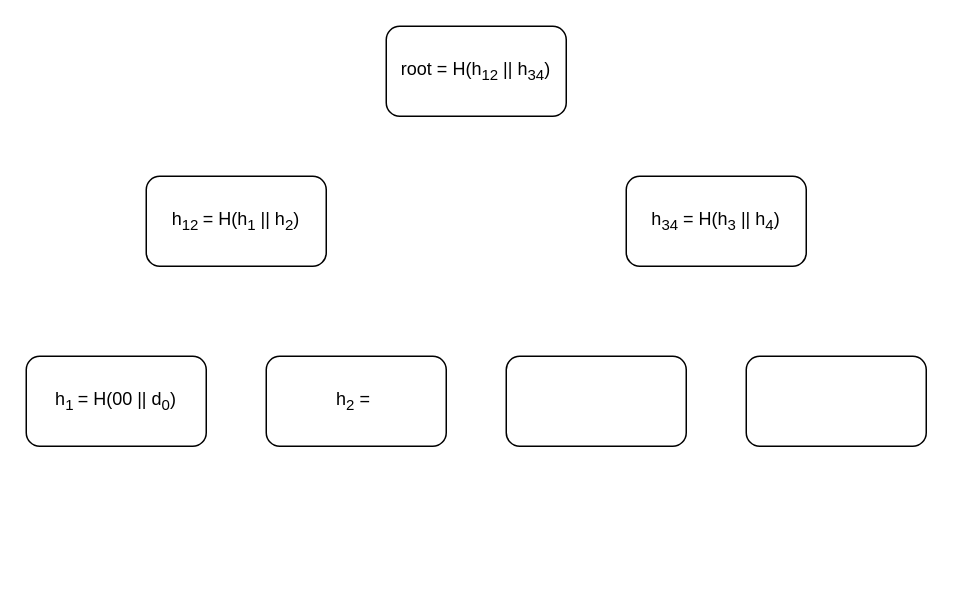
The draw.io diagram AMT.drawio in pietro-celati/Jellyfish-Merkle-Tree, before the edit. Source tidied: cells renumbered, new cells numbered last; positions are measured from the earlier drawing's top-left corner, leaving out a move shared by most shapes. Both pictures are drawn from the tidied source at 150%, with x=0, y=0 at pixel (26, 26).
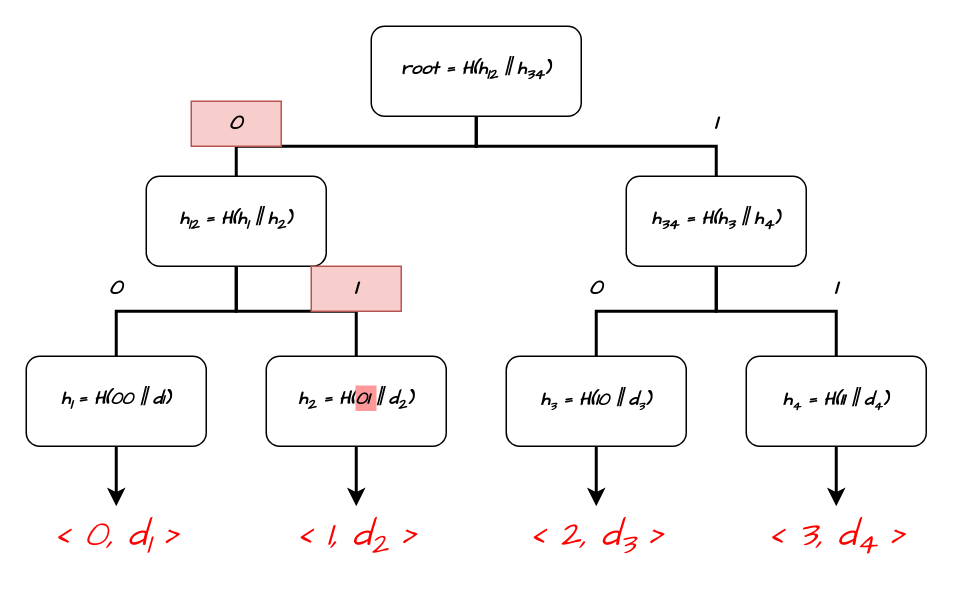
The same diagram, later.

What changed in the source:
```diff
@@
-    <mxCell id="2" value="root = H(h&lt;sub&gt;12&lt;/sub&gt;&amp;nbsp;|| h&lt;sub&gt;34&lt;/sub&gt;)" style="rounded=1;whiteSpace=wrap;html=1;" parent="1" vertex="1">
-      <mxGeometry x="240" width="120" height="60" as="geometry" />
+    <mxCell id="2" value="root = H(h&lt;sub&gt;12&lt;/sub&gt;&amp;nbsp;|| h&lt;sub&gt;34&lt;/sub&gt;)" style="rounded=1;whiteSpace=wrap;html=1;fontFamily=Comic Sans MS;fontStyle=3;" parent="1" vertex="1">
+      <mxGeometry x="230" width="140" height="60" as="geometry" />
     </mxCell>
-    <mxCell id="3" value="h&lt;sub&gt;12 &lt;/sub&gt;= H(h&lt;sub&gt;1&lt;/sub&gt;&amp;nbsp;|| h&lt;sub&gt;2&lt;/sub&gt;)" style="rounded=1;whiteSpace=wrap;html=1;" parent="1" vertex="1">
+    <mxCell id="3" value="h&lt;sub&gt;12 &lt;/sub&gt;= H(h&lt;sub&gt;1&lt;/sub&gt;&amp;nbsp;|| h&lt;sub&gt;2&lt;/sub&gt;)" style="rounded=1;whiteSpace=wrap;html=1;fontFamily=Comic Sans MS;fontStyle=3;" parent="1" vertex="1">
       <mxGeometry x="80" y="100" width="120" height="60" as="geometry" />
     </mxCell>
-    <mxCell id="4" value="h&lt;sub&gt;34&lt;/sub&gt;&amp;nbsp;= H(h&lt;sub&gt;3&lt;/sub&gt;&amp;nbsp;|| h&lt;sub&gt;4&lt;/sub&gt;)" style="rounded=1;whiteSpace=wrap;html=1;" parent="1" vertex="1">
+    <mxCell id="4" value="h&lt;sub&gt;34&lt;/sub&gt;&amp;nbsp;= H(h&lt;sub&gt;3&lt;/sub&gt;&amp;nbsp;|| h&lt;sub&gt;4&lt;/sub&gt;)" style="rounded=1;whiteSpace=wrap;html=1;fontFamily=Comic Sans MS;fontStyle=3;" parent="1" vertex="1">
       <mxGeometry x="400" y="100" width="120" height="60" as="geometry" />
     </mxCell>
-    <mxCell id="5" value="h&lt;sub&gt;1 &lt;/sub&gt;= H(00 || d&lt;sub&gt;0&lt;/sub&gt;)" style="rounded=1;whiteSpace=wrap;html=1;" parent="1" vertex="1">
+    <mxCell id="5" value="h&lt;sub&gt;1 &lt;/sub&gt;= H(00 || d&lt;span style=&quot;font-size: 10px;&quot;&gt;1&lt;/span&gt;)" style="rounded=1;whiteSpace=wrap;html=1;fontFamily=Comic Sans MS;fontStyle=3;" parent="1" vertex="1">
       <mxGeometry y="220" width="120" height="60" as="geometry" />
     </mxCell>
-    <mxCell id="6" value="h&lt;sub&gt;2&lt;/sub&gt;&amp;nbsp;=&amp;nbsp;" style="rounded=1;whiteSpace=wrap;html=1;" parent="1" vertex="1">
+    <mxCell id="6" value="h&lt;sub&gt;2&lt;/sub&gt;&amp;nbsp;= H(&lt;span style=&quot;background-color: rgb(255, 153, 153);&quot;&gt;01 &lt;/span&gt;|| d&lt;sub&gt;2&lt;/sub&gt;)" style="rounded=1;whiteSpace=wrap;html=1;fontFamily=Comic Sans MS;fontStyle=3;" parent="1" vertex="1">
       <mxGeometry x="160" y="220" width="120" height="60" as="geometry" />
     </mxCell>
-    <mxCell id="7" style="rounded=1;whiteSpace=wrap;html=1;" parent="1" vertex="1">
+    <mxCell id="7" value="h&lt;span style=&quot;font-size: 10px;&quot;&gt;&lt;sub&gt;3&lt;/sub&gt;&lt;/span&gt;&amp;nbsp;= H(10 || d&lt;span style=&quot;font-size: 10px;&quot;&gt;&lt;sub&gt;3&lt;/sub&gt;&lt;/span&gt;)" style="rounded=1;whiteSpace=wrap;html=1;fontFamily=Comic Sans MS;fontStyle=3;" parent="1" vertex="1">
       <mxGeometry x="320" y="220" width="120" height="60" as="geometry" />
     </mxCell>
-    <mxCell id="8" style="rounded=1;whiteSpace=wrap;html=1;" parent="1" vertex="1">
+    <mxCell id="8" value="h&lt;span style=&quot;font-size: 10px;&quot;&gt;&lt;sub&gt;4&lt;/sub&gt;&lt;/span&gt;&amp;nbsp;= H(11 || d&lt;span style=&quot;font-size: 10px;&quot;&gt;&lt;sub&gt;4&lt;/sub&gt;&lt;/span&gt;)" style="rounded=1;whiteSpace=wrap;html=1;fontFamily=Comic Sans MS;fontStyle=3;" parent="1" vertex="1">
       <mxGeometry x="480" y="220" width="120" height="60" as="geometry" />
     </mxCell>
+    <mxCell id="9" style="endArrow=none;html=1;rounded=0;entryX=0.5;entryY=1;entryDx=0;entryDy=0;strokeWidth=2;" parent="1" edge="1" source="3" target="2">
+      <mxGeometry relative="1" as="geometry">
+        <Array as="points">
+          <mxPoint x="140" y="80" />
+          <mxPoint x="300" y="80" />
+        </Array>
+      </mxGeometry>
+    </mxCell>
+    <mxCell id="10" style="endArrow=none;html=1;rounded=0;entryX=0.5;entryY=1;entryDx=0;entryDy=0;exitX=0.5;exitY=0;exitDx=0;exitDy=0;strokeWidth=2;" parent="1" edge="1" source="4" target="2">
+      <mxGeometry relative="1" as="geometry">
+        <Array as="points">
+          <mxPoint x="460" y="80" />
+          <mxPoint x="300" y="80" />
+        </Array>
+      </mxGeometry>
+    </mxCell>
+    <mxCell id="11" style="endArrow=none;html=1;rounded=0;entryX=0.5;entryY=1;entryDx=0;entryDy=0;exitX=0.5;exitY=0;exitDx=0;exitDy=0;strokeWidth=2;" parent="1" edge="1" source="5" target="3">
+      <mxGeometry relative="1" as="geometry">
+        <Array as="points">
+          <mxPoint x="60" y="190" />
+          <mxPoint x="140" y="190" />
+        </Array>
+      </mxGeometry>
+    </mxCell>
+    <mxCell id="12" style="endArrow=none;html=1;rounded=0;entryX=0.5;entryY=1;entryDx=0;entryDy=0;exitX=0.5;exitY=0;exitDx=0;exitDy=0;strokeWidth=2;" parent="1" edge="1" source="6" target="3">
+      <mxGeometry relative="1" as="geometry">
+        <Array as="points">
+          <mxPoint x="220" y="190" />
+          <mxPoint x="140" y="190" />
+        </Array>
+      </mxGeometry>
+    </mxCell>
+    <mxCell id="13" style="endArrow=none;html=1;rounded=0;entryX=0.5;entryY=1;entryDx=0;entryDy=0;exitX=0.5;exitY=0;exitDx=0;exitDy=0;strokeWidth=2;" parent="1" edge="1" source="7" target="4">
+      <mxGeometry relative="1" as="geometry">
+        <Array as="points">
+          <mxPoint x="380" y="190" />
+          <mxPoint x="460" y="190" />
+        </Array>
+      </mxGeometry>
+    </mxCell>
+    <mxCell id="14" style="endArrow=none;html=1;rounded=0;entryX=0.5;entryY=1;entryDx=0;entryDy=0;exitX=0.5;exitY=0;exitDx=0;exitDy=0;strokeWidth=2;" parent="1" edge="1" source="8" target="4">
+      <mxGeometry relative="1" as="geometry">
+        <Array as="points">
+          <mxPoint x="540" y="190" />
+          <mxPoint x="460" y="190" />
+        </Array>
+      </mxGeometry>
+    </mxCell>
+    <mxCell id="15" value="&lt;font style=&quot;font-size: 14px;&quot; face=&quot;Comic Sans MS&quot;&gt;&lt;b style=&quot;&quot;&gt;&lt;i style=&quot;&quot;&gt;0&lt;/i&gt;&lt;/b&gt;&lt;/font&gt;" style="text;html=1;align=center;verticalAlign=middle;whiteSpace=wrap;rounded=0;fillColor=#f8cecc;strokeColor=#b85450;" parent="1" vertex="1">
+      <mxGeometry x="110" y="50" width="60" height="30" as="geometry" />
+    </mxCell>
+    <mxCell id="16" value="&lt;font style=&quot;font-size: 14px;&quot; face=&quot;Comic Sans MS&quot;&gt;&lt;b style=&quot;&quot;&gt;&lt;i style=&quot;&quot;&gt;0&lt;/i&gt;&lt;/b&gt;&lt;/font&gt;" style="text;html=1;align=center;verticalAlign=middle;whiteSpace=wrap;rounded=0;" parent="1" vertex="1">
+      <mxGeometry x="30" y="160" width="60" height="30" as="geometry" />
+    </mxCell>
+    <mxCell id="17" value="&lt;font style=&quot;font-size: 14px;&quot; face=&quot;Comic Sans MS&quot;&gt;&lt;b style=&quot;&quot;&gt;&lt;i style=&quot;&quot;&gt;0&lt;/i&gt;&lt;/b&gt;&lt;/font&gt;" style="text;html=1;align=center;verticalAlign=middle;whiteSpace=wrap;rounded=0;" parent="1" vertex="1">
+      <mxGeometry x="350" y="160" width="60" height="30" as="geometry" />
+    </mxCell>
+    <mxCell id="18" value="&lt;font style=&quot;font-size: 14px;&quot; face=&quot;Comic Sans MS&quot;&gt;&lt;b style=&quot;&quot;&gt;&lt;i style=&quot;&quot;&gt;1&lt;/i&gt;&lt;/b&gt;&lt;/font&gt;" style="text;html=1;align=center;verticalAlign=middle;whiteSpace=wrap;rounded=0;fillColor=#f8cecc;strokeColor=#b85450;" parent="1" vertex="1">
+      <mxGeometry x="190" y="160" width="60" height="30" as="geometry" />
+    </mxCell>
+    <mxCell id="19" value="&lt;font style=&quot;font-size: 14px;&quot; face=&quot;Comic Sans MS&quot;&gt;&lt;b style=&quot;&quot;&gt;&lt;i style=&quot;&quot;&gt;1&lt;/i&gt;&lt;/b&gt;&lt;/font&gt;" style="text;html=1;align=center;verticalAlign=middle;whiteSpace=wrap;rounded=0;" parent="1" vertex="1">
+      <mxGeometry x="430" y="50" width="60" height="30" as="geometry" />
+    </mxCell>
+    <mxCell id="20" value="&lt;font style=&quot;font-size: 14px;&quot; face=&quot;Comic Sans MS&quot;&gt;&lt;b style=&quot;&quot;&gt;&lt;i style=&quot;&quot;&gt;1&lt;/i&gt;&lt;/b&gt;&lt;/font&gt;" style="text;html=1;align=center;verticalAlign=middle;whiteSpace=wrap;rounded=0;" parent="1" vertex="1">
+      <mxGeometry x="510" y="160" width="60" height="30" as="geometry" />
+    </mxCell>
+    <mxCell id="21" value="&lt;i style=&quot;font-family: &amp;quot;Comic Sans MS&amp;quot;; font-weight: 400;&quot;&gt;&amp;lt; 0, d&lt;sub&gt;1&amp;nbsp;&lt;/sub&gt;&amp;gt;&lt;/i&gt;" style="text;strokeColor=none;fillColor=none;html=1;fontSize=24;fontStyle=1;verticalAlign=middle;align=center;fontColor=#FF0000;" parent="1" vertex="1">
+      <mxGeometry x="10" y="320" width="100" height="40" as="geometry" />
+    </mxCell>
+    <mxCell id="22" value="&lt;i style=&quot;font-family: &amp;quot;Comic Sans MS&amp;quot;; font-weight: 400;&quot;&gt;&amp;lt; 1, d&lt;sub&gt;2&amp;nbsp;&lt;/sub&gt;&amp;gt;&lt;/i&gt;" style="text;strokeColor=none;fillColor=none;html=1;fontSize=24;fontStyle=1;verticalAlign=middle;align=center;fontColor=#FF0000;" parent="1" vertex="1">
+      <mxGeometry x="170" y="320" width="100" height="40" as="geometry" />
+    </mxCell>
+    <mxCell id="23" value="&lt;i style=&quot;font-family: &amp;quot;Comic Sans MS&amp;quot;; font-weight: 400;&quot;&gt;&amp;lt; 2, d&lt;sub&gt;3&amp;nbsp;&lt;/sub&gt;&amp;gt;&lt;/i&gt;" style="text;strokeColor=none;fillColor=none;html=1;fontSize=24;fontStyle=1;verticalAlign=middle;align=center;fontColor=#FF0000;" parent="1" vertex="1">
+      <mxGeometry x="330" y="320" width="100" height="40" as="geometry" />
+    </mxCell>
+    <mxCell id="24" value="&lt;i style=&quot;font-family: &amp;quot;Comic Sans MS&amp;quot;; font-weight: 400;&quot;&gt;&amp;lt; 3, d&lt;sub&gt;4&amp;nbsp;&lt;/sub&gt;&amp;gt;&lt;/i&gt;" style="text;strokeColor=none;fillColor=none;html=1;fontSize=24;fontStyle=1;verticalAlign=middle;align=center;fontColor=#FF0000;" parent="1" vertex="1">
+      <mxGeometry x="490" y="320" width="100" height="40" as="geometry" />
+    </mxCell>
+    <mxCell id="25" style="endArrow=classic;html=1;rounded=0;exitX=0.5;exitY=1;exitDx=0;exitDy=0;entryX=0.5;entryY=0;entryDx=0;entryDy=0;strokeWidth=2;" parent="1" edge="1" source="5" target="21">
+      <mxGeometry relative="1" as="geometry" />
+    </mxCell>
+    <mxCell id="26" style="endArrow=classic;html=1;rounded=0;exitX=0.5;exitY=1;exitDx=0;exitDy=0;entryX=0.5;entryY=0;entryDx=0;entryDy=0;strokeWidth=2;" parent="1" edge="1" source="6" target="22">
+      <mxGeometry relative="1" as="geometry" />
+    </mxCell>
+    <mxCell id="27" style="endArrow=classic;html=1;rounded=0;exitX=0.5;exitY=1;exitDx=0;exitDy=0;entryX=0.5;entryY=0;entryDx=0;entryDy=0;strokeWidth=2;" parent="1" edge="1" source="7" target="23">
+      <mxGeometry relative="1" as="geometry" />
+    </mxCell>
+    <mxCell id="28" style="endArrow=classic;html=1;rounded=0;exitX=0.5;exitY=1;exitDx=0;exitDy=0;entryX=0.5;entryY=0;entryDx=0;entryDy=0;strokeWidth=2;" parent="1" edge="1" source="8" target="24">
+      <mxGeometry relative="1" as="geometry" />
+    </mxCell>
```
